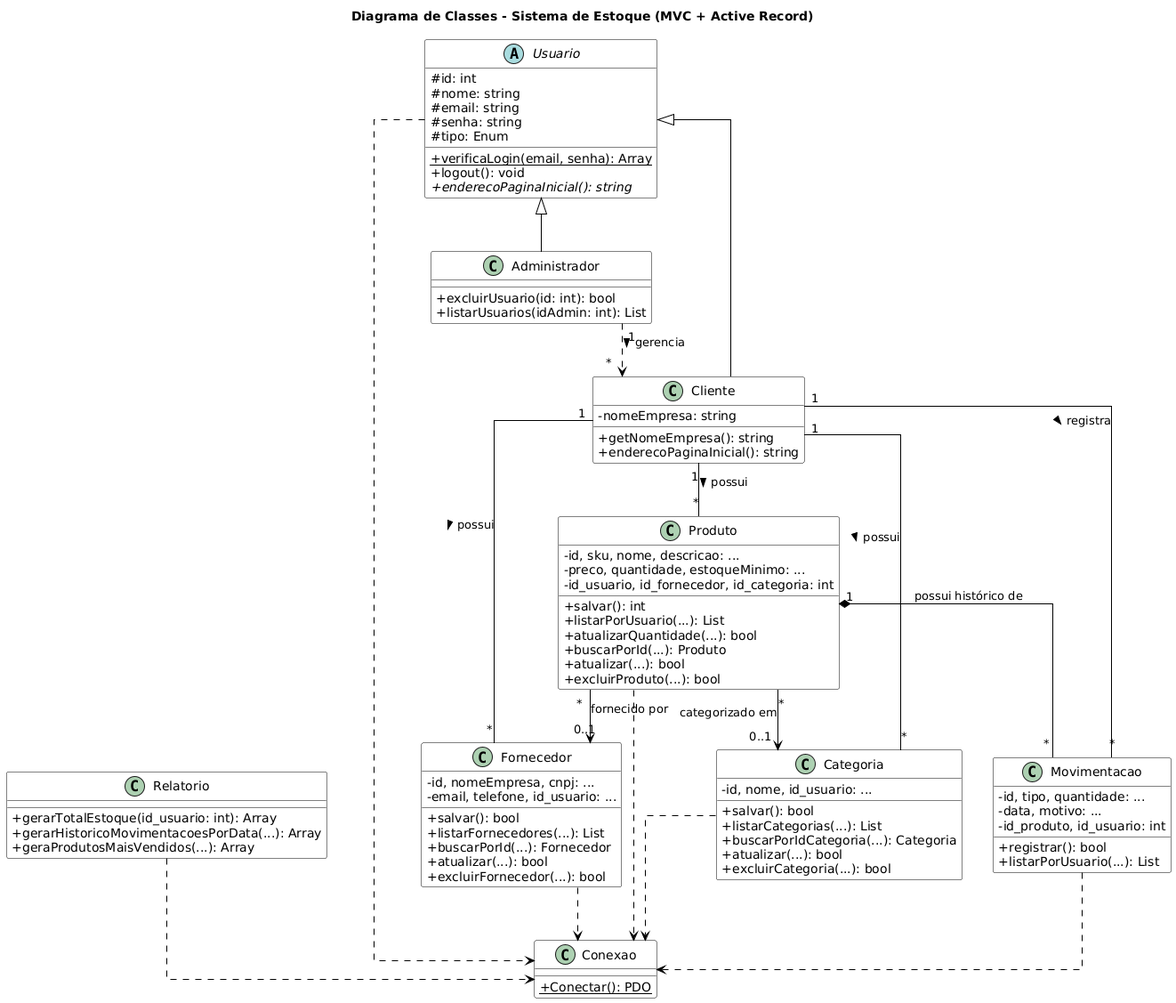
Above: DiagramaDeClasse.png in thesimas/sistemaGerenciamentoEstoque (PlantUML), before the change.
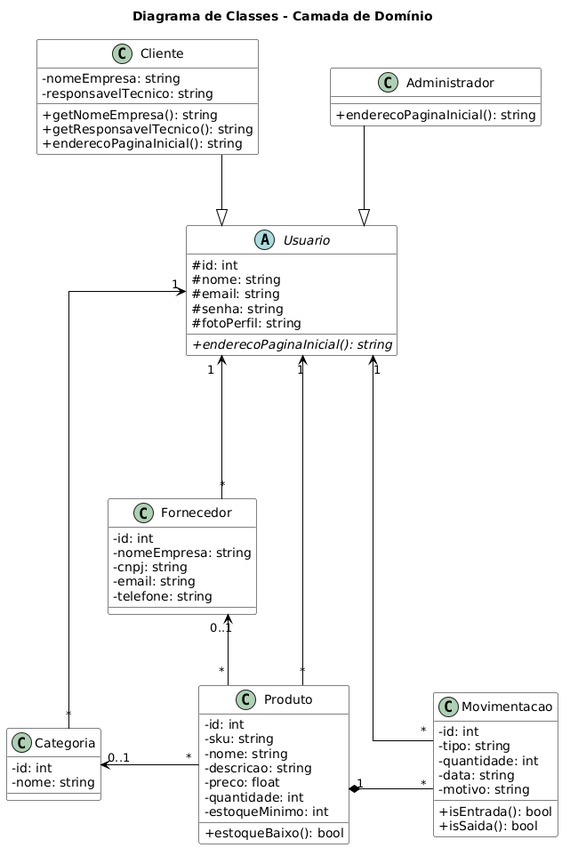
After the change.

Change to the diagram source:
```diff
@@ -4,19 +4,10 @@
 skinparam classBorderColor Black
 skinparam classArrowColor Black
 skinparam linetype ortho
+skinparam nodesep 80
+skinparam ranksep 80
 
-title Diagrama de Classes - Sistema de Estoque (MVC + Active Record)
-
-class Conexao {
-    + {static} Conectar(): PDO
-}
-
-
-class Relatorio {
-    + gerarTotalEstoque(id_usuario: int): Array
-    + gerarHistoricoMovimentacoesPorData(...): Array
-    + geraProdutosMaisVendidos(...): Array
-}
+title Diagrama de Classes - Camada de Domínio
 
 
 abstract class Usuario {
@@ -24,81 +15,66 @@
     # nome: string
     # email: string
     # senha: string
-    # tipo: Enum
-    + {static} verificaLogin(email, senha): Array
-    + logout(): void
-    {abstract} + enderecoPaginaInicial(): string
+    # fotoPerfil: string
+    + {abstract} enderecoPaginaInicial(): string
 }
 
 class Administrador {
-    + excluirUsuario(id: int): bool
-    + listarUsuarios(idAdmin: int): List
+    + enderecoPaginaInicial(): string
 }
 
 class Cliente {
     - nomeEmpresa: string
+    - responsavelTecnico: string
     + getNomeEmpresa(): string
+    + getResponsavelTecnico(): string
     + enderecoPaginaInicial(): string
 }
 
+Usuario <|-up- Administrador
+Usuario <|-up- Cliente
+
+
+class Categoria {
+    - id: int
+    - nome: string
+}
+
 class Produto {
-    - id, sku, nome, descricao: ...
-    - preco, quantidade, estoqueMinimo: ...
-    - id_usuario, id_fornecedor, id_categoria: int
-    + salvar(): int
-    + listarPorUsuario(...): List
-    + atualizarQuantidade(...): bool
-    + buscarPorId(...): Produto
-    + atualizar(...): bool
-    + excluirProduto(...): bool
+    - id: int
+    - sku: string
+    - nome: string
+    - descricao: string
+    - preco: float
+    - quantidade: int
+    - estoqueMinimo: int
+    + estoqueBaixo(): bool
 }
 
 class Fornecedor {
-    - id, nomeEmpresa, cnpj: ...
-    - email, telefone, id_usuario: ...
-    + salvar(): bool
-    + listarFornecedores(...): List
-    + buscarPorId(...): Fornecedor
-    + atualizar(...): bool
-    + excluirFornecedor(...): bool
-}
-
-class Categoria {
-    - id, nome, id_usuario: ...
-    + salvar(): bool
-    + listarCategorias(...): List
-    + buscarPorIdCategoria(...): Categoria
-    + atualizar(...): bool
-    + excluirCategoria(...): bool
+    - id: int
+    - nomeEmpresa: string
+    - cnpj: string
+    - email: string
+    - telefone: string
 }
 
 class Movimentacao {
-    - id, tipo, quantidade: ...
-    - data, motivo: ...
-    - id_produto, id_usuario: int
-    + registrar(): bool
-    + listarPorUsuario(...): List
+    - id: int
+    - tipo: string
+    - quantidade: int
+    - data: string
+    - motivo: string
+    + isEntrada(): bool
+    + isSaida(): bool
 }
 
+Usuario "1" <---- "*" Categoria
+Usuario "1" <-- "*" Fornecedor
+Usuario "1" <-- "*" Produto
+Usuario "1" <-- "*" Movimentacao
 
-Usuario <|-- Administrador
-Usuario <|-- Cliente
-
-Usuario ..> Conexao
-Relatorio ..> Conexao
-Produto ..> Conexao
-Fornecedor ..> Conexao
-Categoria ..> Conexao
-Movimentacao ..> Conexao
-
-Administrador "1" ..> "*" Cliente : gerencia >
-
-Cliente "1" -- "*" Produto : possui >
-Cliente "1" -- "*" Fornecedor : possui >
-Cliente "1" -- "*" Categoria : possui >
-Cliente "1" -- "*" Movimentacao : registra >
-
-Produto "*" --> "0..1" Fornecedor : fornecido por
-Produto "*" --> "0..1" Categoria : categorizado em
-Produto "1" *-- "*" Movimentacao : possui histórico de
+Produto "*" --left-> "0..1" Categoria
+Produto "*" -LEFT--> "0..1" Fornecedor
+Produto "1" *-RIGHT- "*" Movimentacao
 @enduml
```
